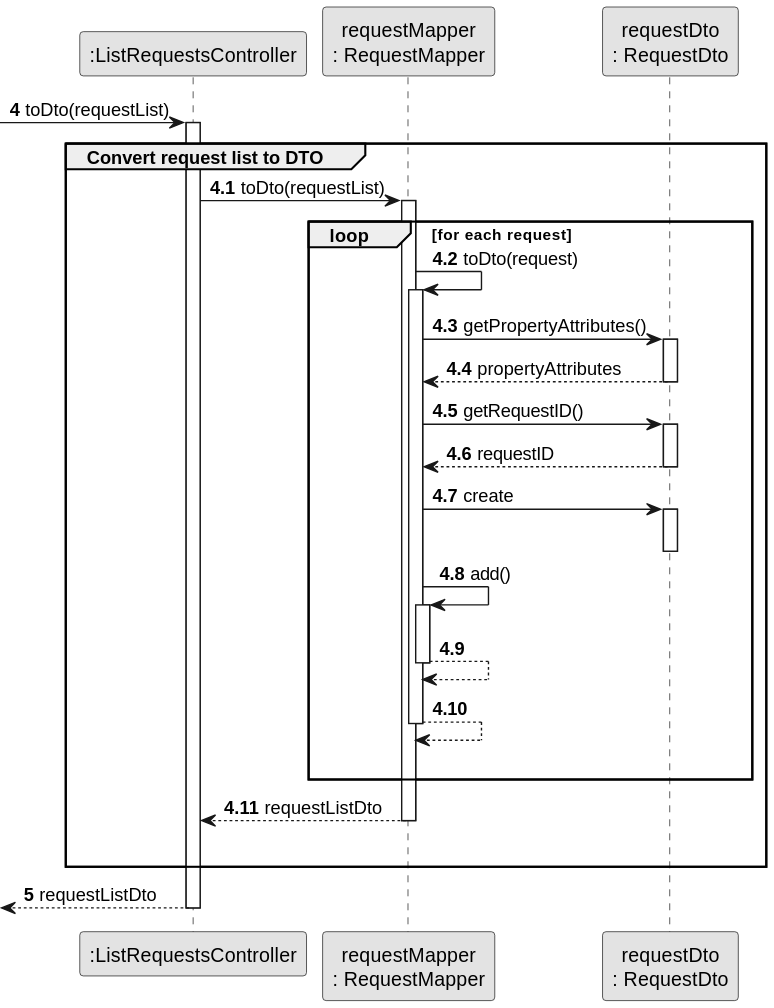
Before: docs/sprintC/us008/03.design/svg/us008-sequence-diagram-partial-convert-request-list-to-DTO.svg, a diagram exported from PlantUML (rita-barbosa/LAPR2-2223). The source it was exported from:
```plantuml
@startuml
skinparam monochrome true
skinparam packageStyle rectangle
skinparam shadowing false


participant ":ListRequestsController" as CTRL
participant "requestMapper\n: RequestMapper" as ReqMapper
participant "requestDto\n: RequestDto" as ReqDto

autonumber 4
    -> CTRL: toDto(requestList)
    activate CTRL

group Convert request list to DTO

autonumber 4.1
    CTRL -> ReqMapper : toDto(requestList)
    activate ReqMapper

    loop for each request
    ReqMapper -> ReqMapper : toDto(request)
    activate ReqMapper

    ReqMapper -> ReqDto : getPropertyAttributes()
    activate ReqDto

    ReqDto --> ReqMapper : propertyAttributes
    deactivate ReqDto

    ReqMapper -> ReqDto : getRequestID()
    activate ReqDto

    ReqDto --> ReqMapper : requestID
    deactivate ReqDto

    ReqMapper -> ReqDto : create
    activate ReqDto
    deactivate ReqDto

    ReqMapper -> ReqMapper : add()
    activate ReqMapper

    ReqMapper --> ReqMapper :
    deactivate ReqMapper

    ReqMapper --> ReqMapper :
    deactivate ReqMapper
    |||
    end

    ReqMapper --> CTRL : requestListDto
    deactivate ReqMapper
    |||

end group
autonumber 5
     <-- CTRL: requestListDto
     deactivate CTRL
@enduml
```
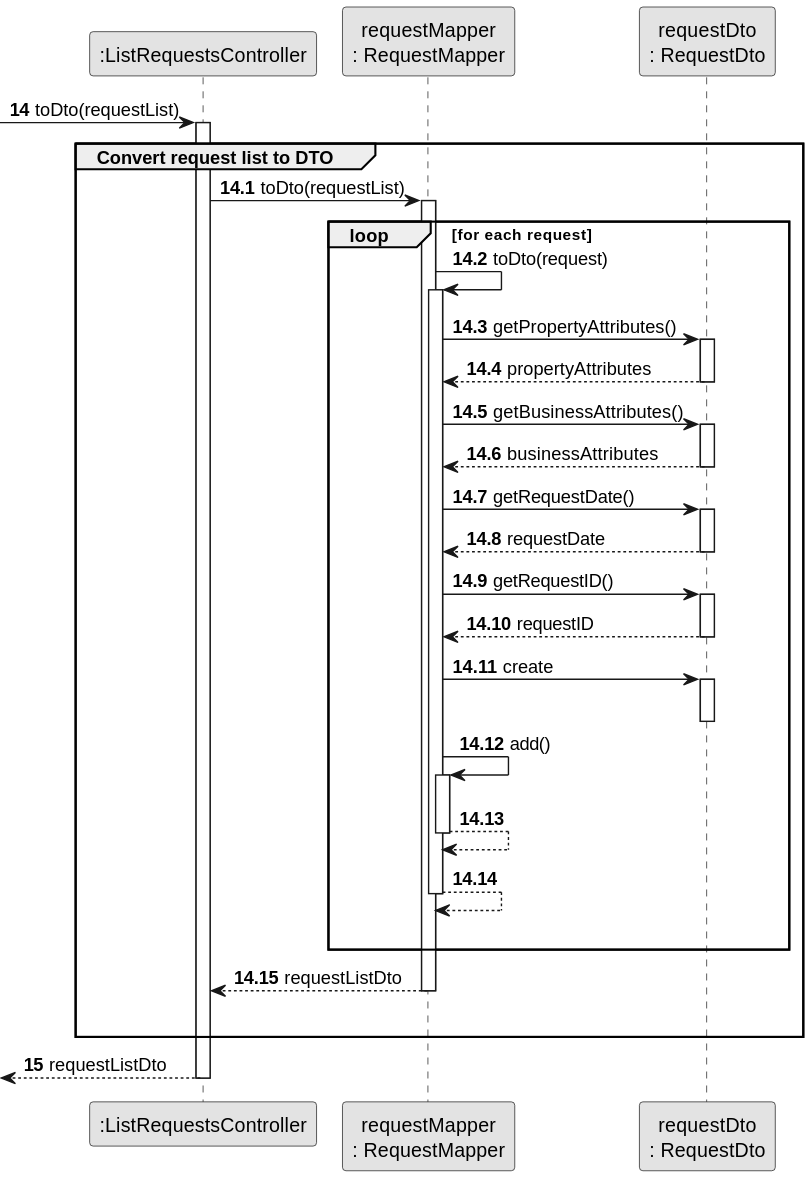
After the change.

Diff of the diagram source:
```diff
@@ -8,13 +8,13 @@
 participant "requestMapper\n: RequestMapper" as ReqMapper
 participant "requestDto\n: RequestDto" as ReqDto
 
-autonumber 4
+autonumber 14
     -> CTRL: toDto(requestList)
     activate CTRL
 
 group Convert request list to DTO
 
-autonumber 4.1
+autonumber 14.1
     CTRL -> ReqMapper : toDto(requestList)
     activate ReqMapper
 
@@ -27,6 +27,18 @@
 
     ReqDto --> ReqMapper : propertyAttributes
     deactivate ReqDto
+
+    ReqMapper -> ReqDto : getBusinessAttributes()
+    activate ReqDto
+
+    ReqDto --> ReqMapper : businessAttributes
+    deactivate ReqDto
+
+    ReqMapper -> ReqDto : getRequestDate()
+        activate ReqDto
+
+        ReqDto --> ReqMapper : requestDate
+        deactivate ReqDto
 
     ReqMapper -> ReqDto : getRequestID()
     activate ReqDto
@@ -54,7 +66,7 @@
     |||
 
 end group
-autonumber 5
+autonumber 15
      <-- CTRL: requestListDto
      deactivate CTRL
 @enduml
```
